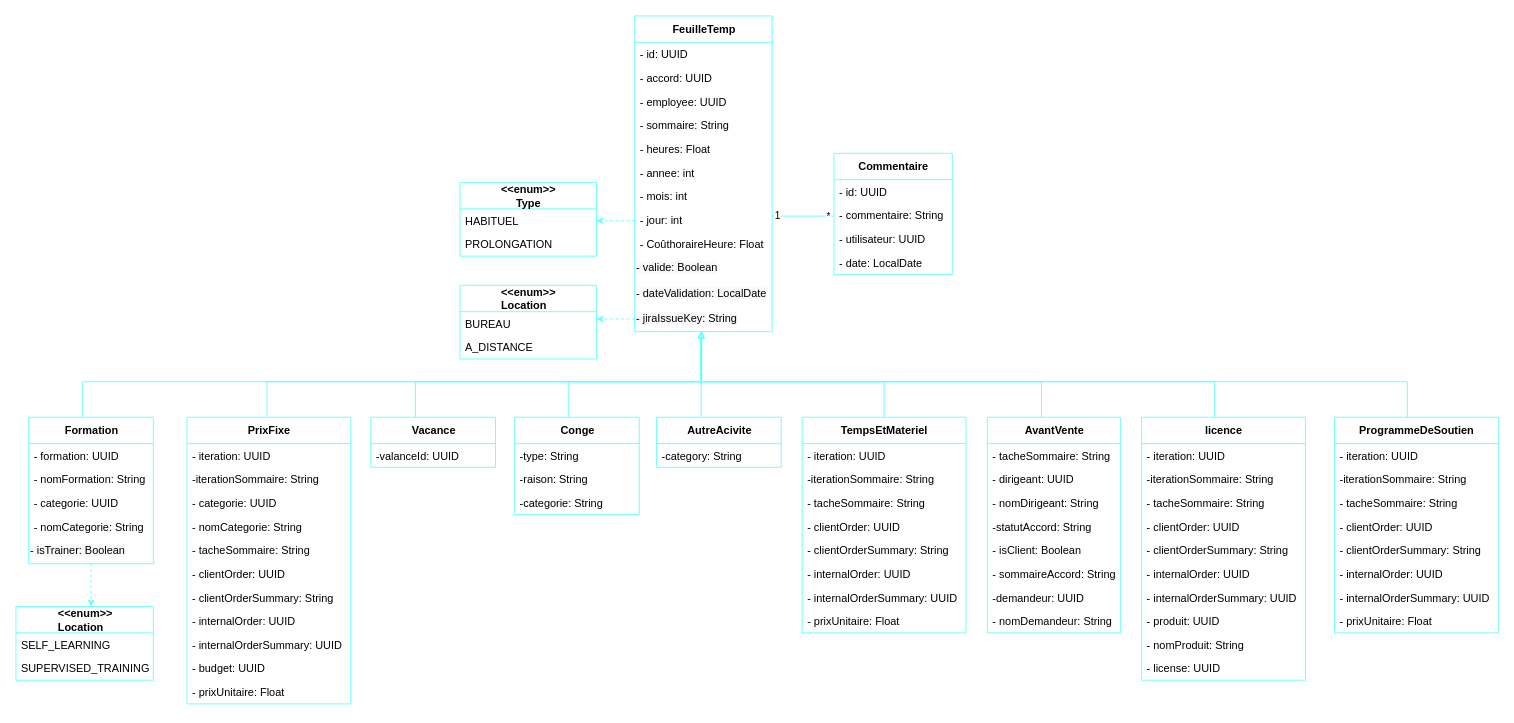
Before: Timesheet/Timesheet_Fr_DiagrammeClasse.drawio in ZidiMedAmine/UML, a draw.io diagram. Source tidied: cells renumbered, new cells numbered last; positions are measured from the earlier drawing's top-left corner, leaving out a move shared by most shapes. Both pictures are drawn from the tidied source at 91%, with x=0, y=0 at pixel (15, 15).
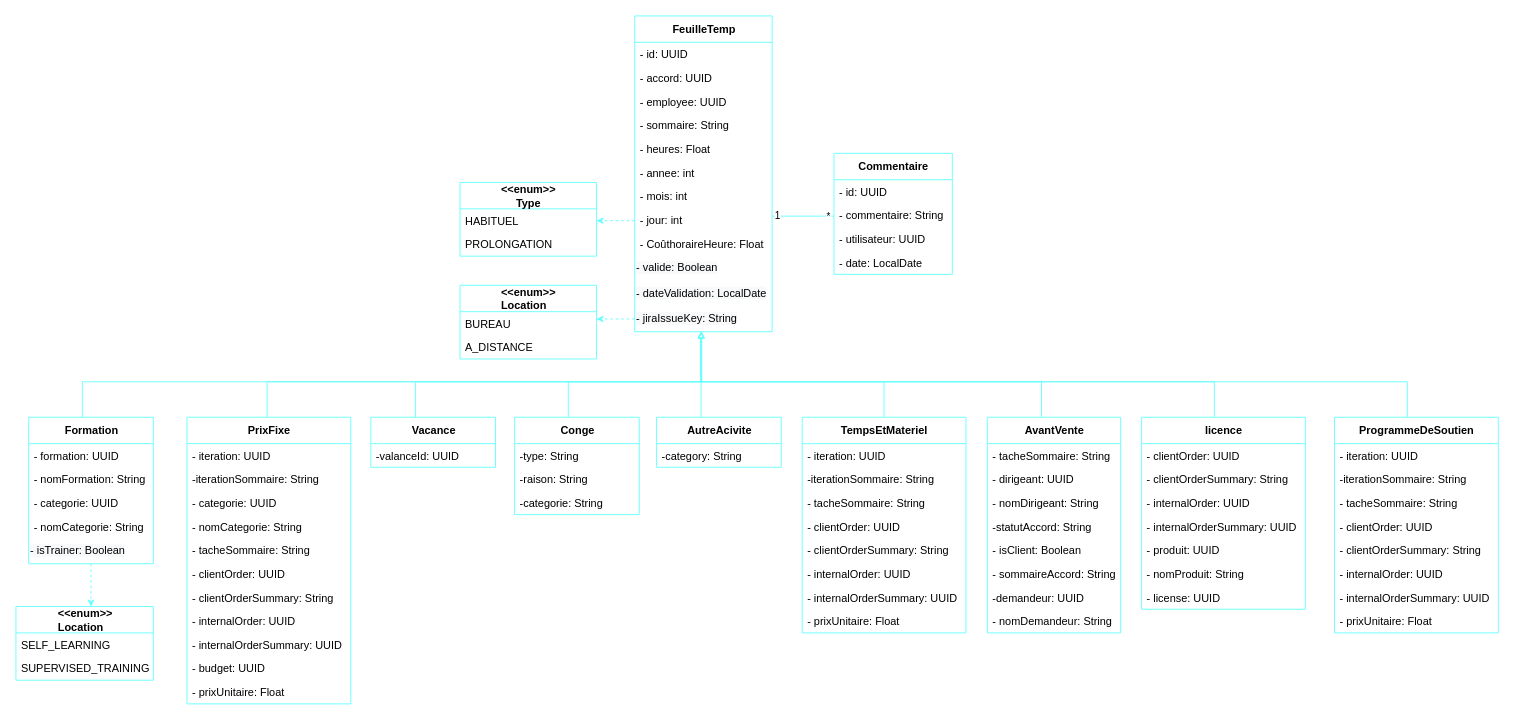
After the change.

Commit message:
Mettre à jour Timesheet_Fr_DiagrammeClasse.drawio

What changed in the source:
```diff
@@
     <mxCell id="84" value="&lt;b&gt;licence&lt;/b&gt;" style="swimlane;fontStyle=0;align=center;verticalAlign=middle;horizontal=1;startSize=29;html=1;fontSize=12;labelPosition=center;verticalLabelPosition=middle;swimlaneLine=1;rounded=0;shadow=0;glass=0;sketch=0;perimeterSpacing=0;strokeColor=#66FFFF;" parent="1" vertex="1">
-      <mxGeometry x="1237" y="441" width="180" height="289" as="geometry" />
+      <mxGeometry x="1237" y="441" width="180" height="211" as="geometry" />
     </mxCell>
-    <mxCell id="85" value="- iteration: UUID" style="text;strokeColor=none;fillColor=none;align=left;verticalAlign=top;spacingLeft=4;spacingRight=4;overflow=hidden;fontStyle=0;" parent="84" vertex="1">
-      <mxGeometry y="29" width="180" height="26" as="geometry" />
-    </mxCell>
-    <mxCell id="86" value="-iterationSommaire: String " style="text;strokeColor=none;fillColor=none;align=left;verticalAlign=top;spacingLeft=4;spacingRight=4;overflow=hidden;fontStyle=0;" parent="84" vertex="1">
-      <mxGeometry y="55" width="180" height="26" as="geometry" />
-    </mxCell>
-    <mxCell id="87" value="- tacheSommaire: String" style="text;strokeColor=none;fillColor=none;align=left;verticalAlign=top;spacingLeft=4;spacingRight=4;overflow=hidden;fontStyle=0;" parent="84" vertex="1">
-      <mxGeometry y="81" width="180" height="26" as="geometry" />
-    </mxCell>
     <mxCell id="88" value="- clientOrder: UUID" style="text;strokeColor=none;fillColor=none;align=left;verticalAlign=top;spacingLeft=4;spacingRight=4;overflow=hidden;fontStyle=0;" parent="84" vertex="1">
-      <mxGeometry y="107" width="180" height="26" as="geometry" />
+      <mxGeometry y="29" width="180" height="26" as="geometry" />
     </mxCell>
     <mxCell id="89" value="- clientOrderSummary: String" style="text;strokeColor=none;fillColor=none;align=left;verticalAlign=top;spacingLeft=4;spacingRight=4;overflow=hidden;fontStyle=0;" parent="84" vertex="1">
-      <mxGeometry y="133" width="180" height="26" as="geometry" />
+      <mxGeometry y="55" width="180" height="26" as="geometry" />
     </mxCell>
     <mxCell id="90" value="- internalOrder: UUID" style="text;strokeColor=none;fillColor=none;align=left;verticalAlign=top;spacingLeft=4;spacingRight=4;overflow=hidden;fontStyle=0;" parent="84" vertex="1">
-      <mxGeometry y="159" width="180" height="26" as="geometry" />
+      <mxGeometry y="81" width="180" height="26" as="geometry" />
     </mxCell>
     <mxCell id="91" value="- internalOrderSummary: UUID" style="text;strokeColor=none;fillColor=none;align=left;verticalAlign=top;spacingLeft=4;spacingRight=4;overflow=hidden;fontStyle=0;" parent="84" vertex="1">
-      <mxGeometry y="185" width="180" height="26" as="geometry" />
+      <mxGeometry y="107" width="180" height="26" as="geometry" />
     </mxCell>
     <mxCell id="92" value="- produit: UUID" style="text;strokeColor=none;fillColor=none;align=left;verticalAlign=top;spacingLeft=4;spacingRight=4;overflow=hidden;fontStyle=0;" parent="84" vertex="1">
-      <mxGeometry y="211" width="180" height="26" as="geometry" />
+      <mxGeometry y="133" width="180" height="26" as="geometry" />
     </mxCell>
     <mxCell id="93" value="- nomProduit: String" style="text;strokeColor=none;fillColor=none;align=left;verticalAlign=top;spacingLeft=4;spacingRight=4;overflow=hidden;fontStyle=0;" parent="84" vertex="1">
-      <mxGeometry y="237" width="180" height="26" as="geometry" />
+      <mxGeometry y="159" width="180" height="26" as="geometry" />
     </mxCell>
     <mxCell id="94" value="- license: UUID" style="text;strokeColor=none;fillColor=none;align=left;verticalAlign=top;spacingLeft=4;spacingRight=4;overflow=hidden;fontStyle=0;" parent="84" vertex="1">
-      <mxGeometry y="263" width="180" height="26" as="geometry" />
+      <mxGeometry y="185" width="180" height="26" as="geometry" />
     </mxCell>
```
